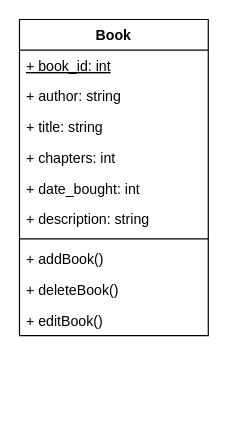
Before: page "UML" (3 of 3) of christoph/books.drawio in OinkoIT/BE16-DBDev-DAY1-Claus-Christoph, a draw.io diagram. Source tidied: cells renumbered, new cells numbered last; positions are measured from the earlier drawing's top-left corner, leaving out a move shared by most shapes. Both pictures are drawn from the tidied source at 118%, with x=0, y=0 at pixel (19, 19).
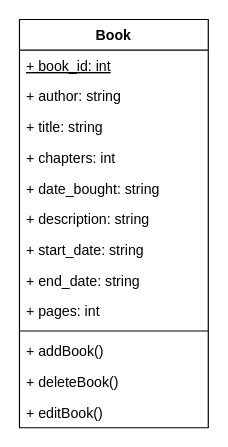
The same diagram, later.

The edit, as a diff of the source:
```diff
@@
 <mxGraphModel>
   <root>
     <mxCell id="0" />
     <mxCell id="1" parent="0" />
     <mxCell id="2" value="Book" style="swimlane;fontStyle=1;align=center;verticalAlign=top;horizontal=1;startSize=26;" parent="1" vertex="1">
-      <mxGeometry width="160" height="268" as="geometry" />
+      <mxGeometry width="160" height="346" as="geometry" />
     </mxCell>
     <mxCell id="3" value="+ book_id: int" style="text;strokeColor=none;fillColor=none;align=left;verticalAlign=top;spacingLeft=4;spacingRight=4;overflow=hidden;fontStyle=4;" parent="2" vertex="1">
       <mxGeometry y="26" width="160" height="26" as="geometry" />
     </mxCell>
     <mxCell id="4" value="+ author: string" style="text;strokeColor=none;fillColor=none;align=left;verticalAlign=top;spacingLeft=4;spacingRight=4;overflow=hidden;fontStyle=0;" parent="2" vertex="1">
       <mxGeometry y="52" width="160" height="26" as="geometry" />
     </mxCell>
     <mxCell id="5" value="+ title: string" style="text;strokeColor=none;fillColor=none;align=left;verticalAlign=top;spacingLeft=4;spacingRight=4;overflow=hidden;fontStyle=0;" parent="2" vertex="1">
       <mxGeometry y="78" width="160" height="26" as="geometry" />
     </mxCell>
     <mxCell id="6" value="+ chapters: int" style="text;strokeColor=none;fillColor=none;align=left;verticalAlign=top;spacingLeft=4;spacingRight=4;overflow=hidden;fontStyle=0;" parent="2" vertex="1">
       <mxGeometry y="104" width="160" height="26" as="geometry" />
     </mxCell>
-    <mxCell id="7" value="+ date_bought: int" style="text;strokeColor=none;fillColor=none;align=left;verticalAlign=top;spacingLeft=4;spacingRight=4;overflow=hidden;fontStyle=0;" parent="2" vertex="1">
+    <mxCell id="7" value="+ date_bought: string" style="text;strokeColor=none;fillColor=none;align=left;verticalAlign=top;spacingLeft=4;spacingRight=4;overflow=hidden;fontStyle=0;" parent="2" vertex="1">
       <mxGeometry y="130" width="160" height="26" as="geometry" />
     </mxCell>
     <mxCell id="8" value="+ description: string" style="text;strokeColor=none;fillColor=none;align=left;verticalAlign=top;spacingLeft=4;spacingRight=4;overflow=hidden;fontStyle=0;" parent="2" vertex="1">
       <mxGeometry y="156" width="160" height="26" as="geometry" />
     </mxCell>
+    <mxCell id="13" value="+ start_date: string" style="text;strokeColor=none;fillColor=none;align=left;verticalAlign=top;spacingLeft=4;spacingRight=4;overflow=hidden;fontStyle=0;" parent="2" vertex="1">
+      <mxGeometry y="182" width="160" height="26" as="geometry" />
+    </mxCell>
+    <mxCell id="14" value="+ end_date: string" style="text;strokeColor=none;fillColor=none;align=left;verticalAlign=top;spacingLeft=4;spacingRight=4;overflow=hidden;fontStyle=0;" parent="2" vertex="1">
+      <mxGeometry y="208" width="160" height="26" as="geometry" />
+    </mxCell>
+    <mxCell id="15" value="+ pages: int" style="text;strokeColor=none;fillColor=none;align=left;verticalAlign=top;spacingLeft=4;spacingRight=4;overflow=hidden;fontStyle=0;" parent="2" vertex="1">
+      <mxGeometry y="234" width="160" height="26" as="geometry" />
+    </mxCell>
     <mxCell id="9" style="line;strokeWidth=1;fillColor=none;align=left;verticalAlign=middle;spacingTop=-1;spacingLeft=3;spacingRight=3;labelPosition=right;" parent="2" vertex="1">
-      <mxGeometry y="182" width="160" height="8" as="geometry" />
+      <mxGeometry y="260" width="160" height="8" as="geometry" />
     </mxCell>
     <mxCell id="10" value="+ addBook()" style="text;strokeColor=none;fillColor=none;align=left;verticalAlign=top;spacingLeft=4;spacingRight=4;overflow=hidden;" parent="2" vertex="1">
-      <mxGeometry y="190" width="160" height="26" as="geometry" />
+      <mxGeometry y="268" width="160" height="26" as="geometry" />
     </mxCell>
     <mxCell id="11" value="+ deleteBook()" style="text;strokeColor=none;fillColor=none;align=left;verticalAlign=top;spacingLeft=4;spacingRight=4;overflow=hidden;" parent="2" vertex="1">
-      <mxGeometry y="216" width="160" height="26" as="geometry" />
+      <mxGeometry y="294" width="160" height="26" as="geometry" />
     </mxCell>
     <mxCell id="12" value="+ editBook()" style="text;strokeColor=none;fillColor=none;align=left;verticalAlign=top;spacingLeft=4;spacingRight=4;overflow=hidden;" parent="2" vertex="1">
-      <mxGeometry y="242" width="160" height="26" as="geometry" />
+      <mxGeometry y="320" width="160" height="26" as="geometry" />
     </mxCell>
   </root>
 </mxGraphModel>
```
